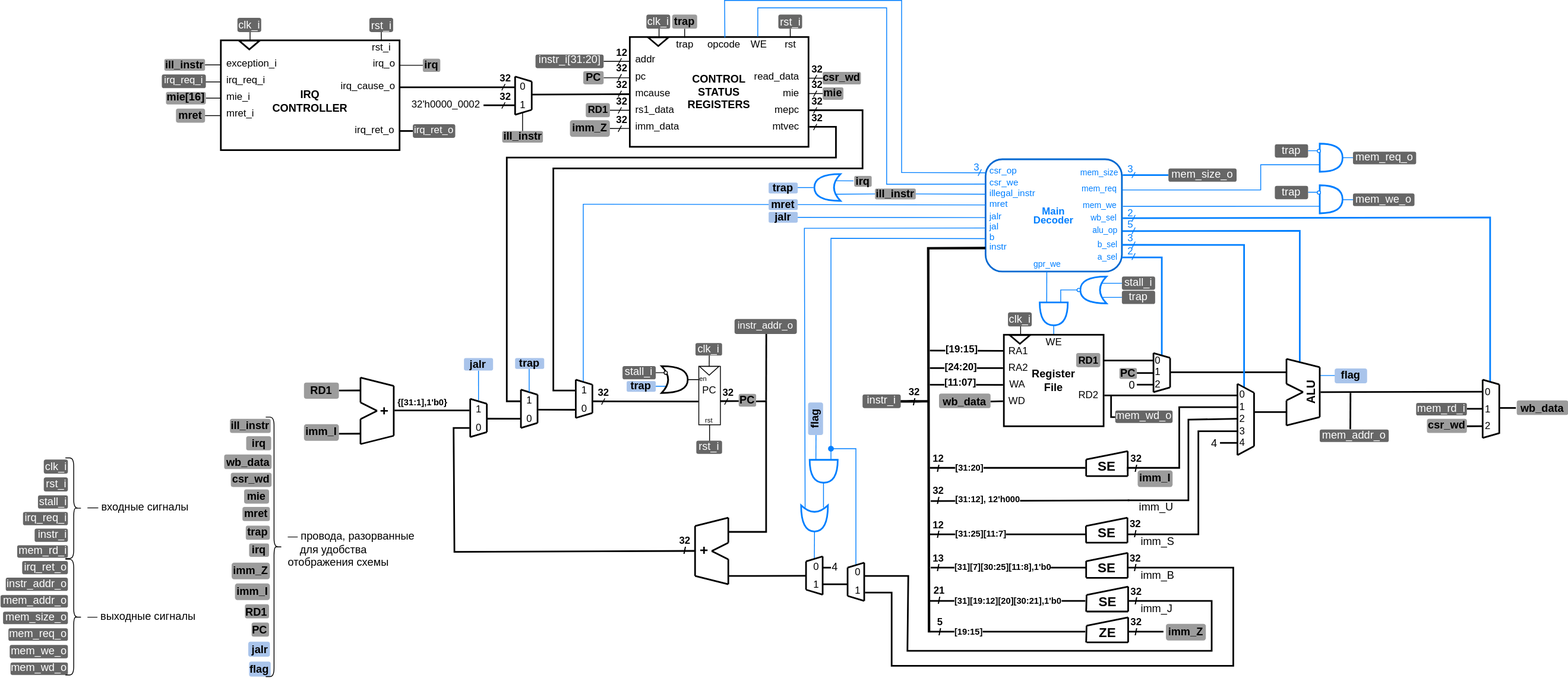
Before: .pic/Labs/lab_10_irq/fig_03.drawio.svg, a diagram exported from draw.io (MPSU/APS). Source tidied: cells renumbered, new cells last; positions are measured from the earlier drawing's top-left corner, leaving out a move shared by most shapes.
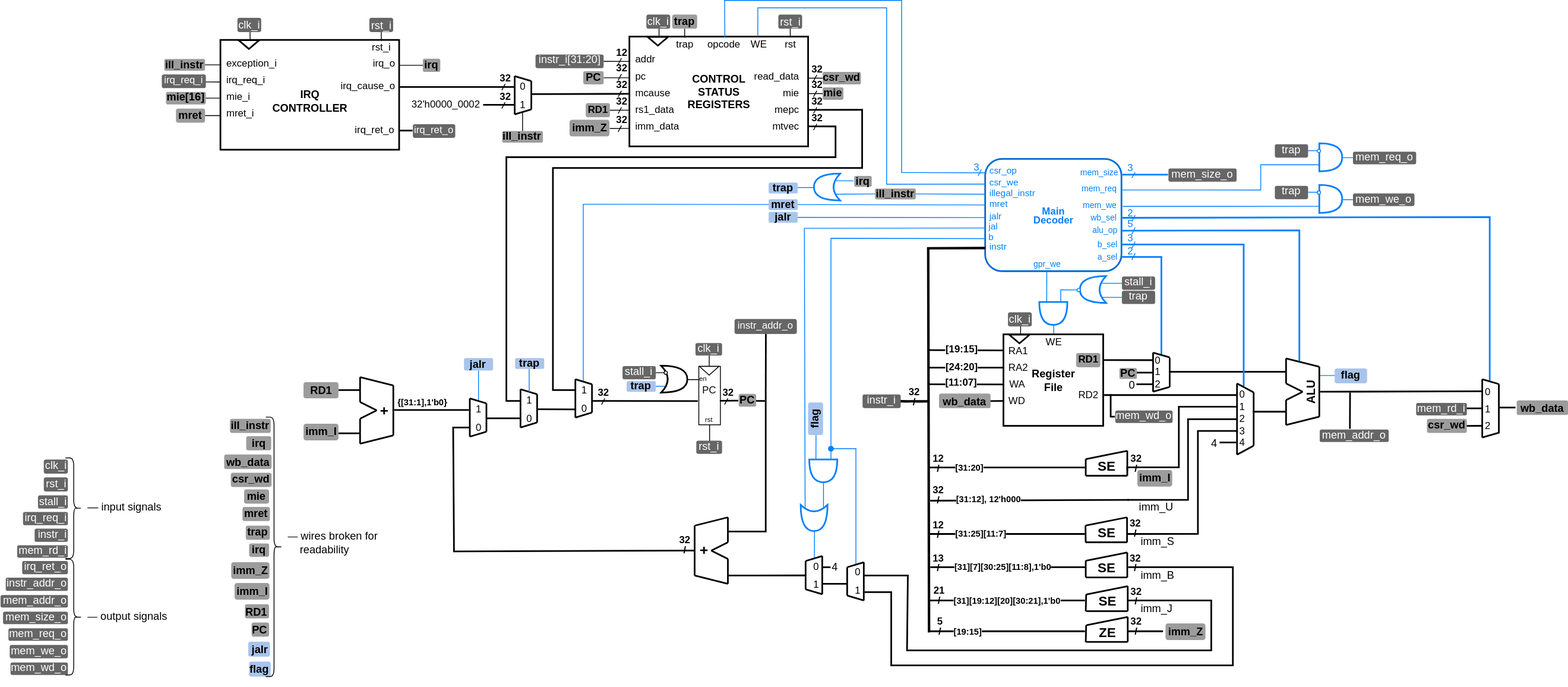
After the change.

Change to the diagram source:
```diff
@@ -927,13 +927,13 @@
     <mxCell id="188" style="shape=curlyBracket;whiteSpace=wrap;html=1;rounded=1;flipH=1;labelPosition=right;verticalLabelPosition=middle;align=left;verticalAlign=middle;spacingRight=1;strokeOpacity=100;fillOpacity=100;" parent="1" vertex="1">
       <mxGeometry x="78" y="550" width="20" height="121" as="geometry" />
     </mxCell>
-    <mxCell id="189" value="&lt;span style=&quot;color: rgb(0, 0, 0); font-family: Helvetica; font-size: 13px; font-style: normal; font-variant-ligatures: normal; font-variant-caps: normal; font-weight: 400; letter-spacing: normal; orphans: 2; text-align: center; text-indent: 0px; text-transform: none; widows: 2; word-spacing: 0px; -webkit-text-stroke-width: 0px; text-decoration-thickness: initial; text-decoration-style: initial; text-decoration-color: initial; float: none; display: inline !important;&quot;&gt;— входные сигналы&lt;/span&gt;" style="text;whiteSpace=wrap;html=1;labelBackgroundColor=none;strokeOpacity=100;fillOpacity=100;" parent="1" vertex="1">
+    <mxCell id="189" value="&lt;span style=&quot;color: rgb(0, 0, 0); font-family: Helvetica; font-size: 13px; font-style: normal; font-variant-ligatures: normal; font-variant-caps: normal; font-weight: 400; letter-spacing: normal; orphans: 2; text-align: center; text-indent: 0px; text-transform: none; widows: 2; word-spacing: 0px; -webkit-text-stroke-width: 0px; text-decoration-thickness: initial; text-decoration-style: initial; text-decoration-color: initial; float: none; display: inline !important;&quot;&gt;— input signals&lt;/span&gt;" style="text;whiteSpace=wrap;html=1;labelBackgroundColor=none;strokeOpacity=100;fillOpacity=100;" parent="1" vertex="1">
       <mxGeometry x="103" y="595" width="133" height="29" as="geometry" />
     </mxCell>
     <mxCell id="190" style="shape=curlyBracket;whiteSpace=wrap;html=1;rounded=1;flipH=1;labelPosition=right;verticalLabelPosition=middle;align=left;verticalAlign=middle;spacingRight=1;strokeOpacity=100;fillOpacity=100;" parent="1" vertex="1">
       <mxGeometry x="78" y="672" width="20" height="139" as="geometry" />
     </mxCell>
-    <mxCell id="191" value="—&lt;span style=&quot;color: rgb(0, 0, 0); font-family: Helvetica; font-size: 13px; font-style: normal; font-variant-ligatures: normal; font-variant-caps: normal; font-weight: 400; letter-spacing: normal; orphans: 2; text-align: center; text-indent: 0px; text-transform: none; widows: 2; word-spacing: 0px; -webkit-text-stroke-width: 0px; text-decoration-thickness: initial; text-decoration-style: initial; text-decoration-color: initial; float: none; display: inline !important;&quot;&gt; выходные сигналы&lt;/span&gt;" style="text;whiteSpace=wrap;html=1;labelBackgroundColor=none;strokeOpacity=100;fillOpacity=100;" parent="1" vertex="1">
+    <mxCell id="191" value="—&lt;span style=&quot;color: rgb(0, 0, 0); font-family: Helvetica; font-size: 13px; font-style: normal; font-variant-ligatures: normal; font-variant-caps: normal; font-weight: 400; letter-spacing: normal; orphans: 2; text-align: center; text-indent: 0px; text-transform: none; widows: 2; word-spacing: 0px; -webkit-text-stroke-width: 0px; text-decoration-thickness: initial; text-decoration-style: initial; text-decoration-color: initial; float: none; display: inline !important;&quot;&gt; output signals&lt;/span&gt;" style="text;whiteSpace=wrap;html=1;labelBackgroundColor=none;strokeOpacity=100;fillOpacity=100;" parent="1" vertex="1">
       <mxGeometry x="103" y="726" width="133" height="29" as="geometry" />
     </mxCell>
     <mxCell id="192" value="&lt;font style=&quot;font-size: 13px;&quot;&gt;mem_req_o&lt;/font&gt;" style="text;html=1;strokeColor=none;fillColor=#666666;align=right;verticalAlign=middle;whiteSpace=wrap;rounded=1;comic=0;fontColor=#FFFFFF;jiggle=0.5;spacing=0;spacingBottom=3;fontSize=13;fontStyle=0;spacingRight=1;strokeOpacity=100;fillOpacity=100;" parent="1" vertex="1">
@@ -951,7 +951,7 @@
     <mxCell id="196" style="shape=curlyBracket;whiteSpace=wrap;html=1;rounded=1;flipH=1;labelPosition=right;verticalLabelPosition=middle;align=left;verticalAlign=middle;strokeOpacity=100;fillOpacity=100;" parent="1" vertex="1">
       <mxGeometry x="319" y="501" width="20" height="312" as="geometry" />
     </mxCell>
-    <mxCell id="197" value="—&lt;span style=&quot;color: rgb(0, 0, 0); font-family: Helvetica; font-size: 13px; font-style: normal; font-variant-ligatures: normal; font-variant-caps: normal; font-weight: 400; letter-spacing: normal; orphans: 2; text-align: center; text-indent: 0px; text-transform: none; widows: 2; word-spacing: 0px; -webkit-text-stroke-width: 0px; text-decoration-thickness: initial; text-decoration-style: initial; text-decoration-color: initial; float: none; display: inline !important;&quot;&gt; провода, разорванные&amp;nbsp; &amp;nbsp; &amp;nbsp; &amp;nbsp; для удобства&amp;nbsp; &amp;nbsp; &amp;nbsp; &amp;nbsp; &amp;nbsp; &amp;nbsp; &amp;nbsp; &amp;nbsp; &amp;nbsp; &amp;nbsp; отображения схемы&lt;/span&gt;" style="text;whiteSpace=wrap;html=1;labelBackgroundColor=none;strokeOpacity=100;fillOpacity=100;" parent="1" vertex="1">
+    <mxCell id="197" value="—&lt;span style=&quot;color: rgb(0, 0, 0); font-family: Helvetica; font-size: 13px; font-style: normal; font-variant-ligatures: normal; font-variant-caps: normal; font-weight: 400; letter-spacing: normal; orphans: 2; text-align: center; text-indent: 0px; text-transform: none; widows: 2; word-spacing: 0px; -webkit-text-stroke-width: 0px; text-decoration-thickness: initial; text-decoration-style: initial; text-decoration-color: initial; float: none; display: inline !important;&quot;&gt; wires broken for&amp;nbsp; &amp;nbsp; &amp;nbsp; &amp;nbsp; &amp;nbsp; &amp;nbsp; &amp;nbsp; &amp;nbsp; &amp;nbsp; &amp;nbsp; readability&lt;/span&gt;" style="text;whiteSpace=wrap;html=1;labelBackgroundColor=none;strokeOpacity=100;fillOpacity=100;" parent="1" vertex="1">
       <mxGeometry x="344" y="630" width="166" height="74" as="geometry" />
     </mxCell>
     <mxCell id="198" value="&lt;font style=&quot;font-size: 13px;&quot;&gt;PC&lt;/font&gt;" style="text;html=1;strokeColor=none;fillColor=#9C9C9C;align=right;verticalAlign=middle;whiteSpace=wrap;rounded=1;fontSize=13;fontColor=#000000;comic=0;jiggle=0.5;fontStyle=1;strokeOpacity=100;fillOpacity=100;" parent="1" vertex="1">
```
